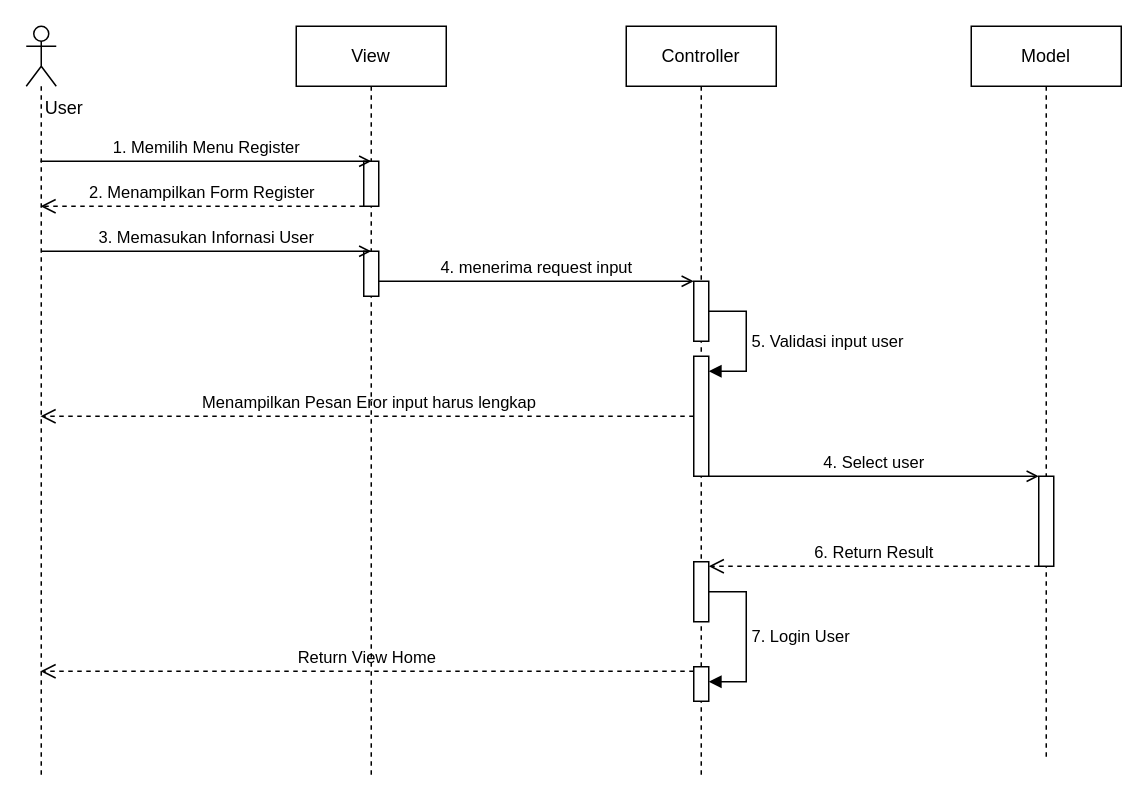
Above: page "Register_sequence" (2 of 8) of sequence.drawio in ThikerXCX/umltoko (draw.io), before the change. Source tidied: cells renumbered, new cells numbered last; positions are measured from the earlier drawing's top-left corner, leaving out a move shared by most shapes. Both pictures are drawn from the tidied source at 150%, with x=0, y=0 at pixel (26, 26).
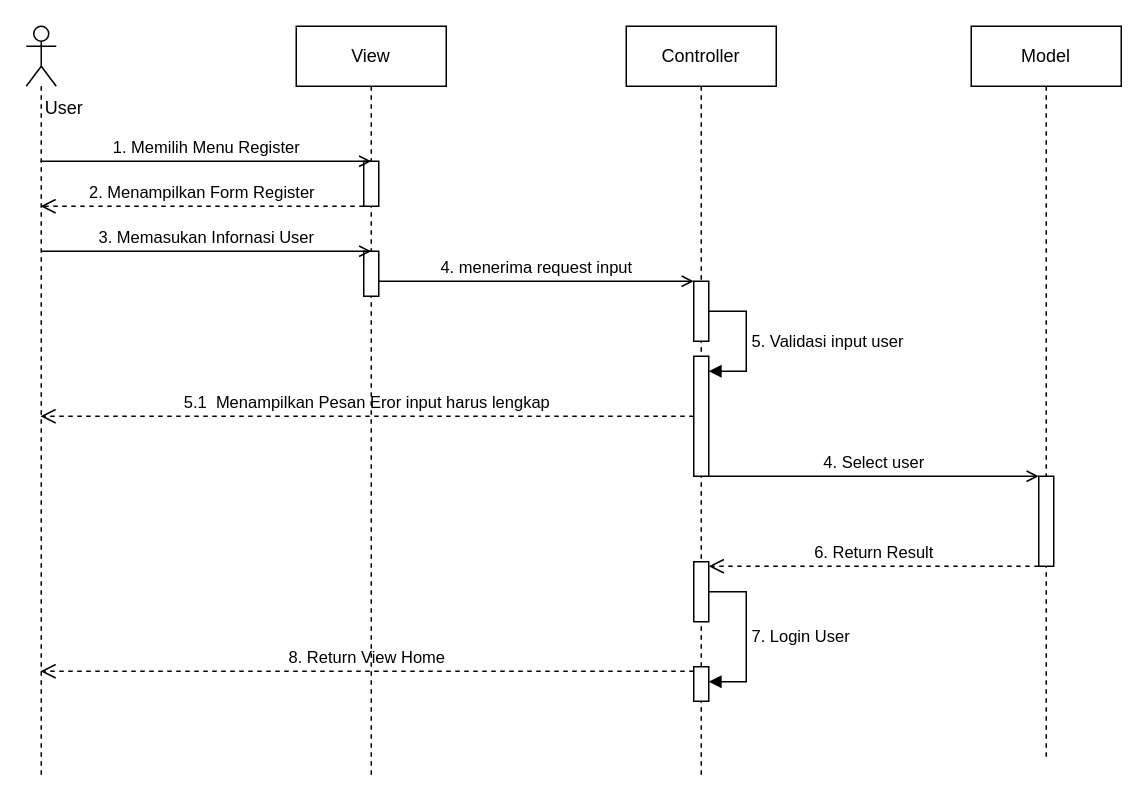
The same diagram, later.

The change refers to these unchanged cells:
```xml
<mxCell id="2" style="shape=umlLifeline;perimeter=lifelinePerimeter;whiteSpace=wrap;html=1;outlineConnect=0;portConstraint=eastwest;newEdgeStyle={&quot;edgeStyle&quot;:&quot;elbowEdgeStyle&quot;,&quot;elbow&quot;:&quot;vertical&quot;,&quot;curved&quot;:0,&quot;rounded&quot;:0};participant=umlActor;" parent="1" vertex="1">
  <mxGeometry width="20" height="500" as="geometry" />
</mxCell>
<mxCell id="10" style="html=1;points=[];perimeter=orthogonalPerimeter;outlineConnect=0;targetShapes=umlLifeline;portConstraint=eastwest;newEdgeStyle={&quot;edgeStyle&quot;:&quot;elbowEdgeStyle&quot;,&quot;elbow&quot;:&quot;vertical&quot;,&quot;curved&quot;:0,&quot;rounded&quot;:0};" parent="7" vertex="1">
  <mxGeometry x="45" y="220" width="10" height="80" as="geometry" />
</mxCell>
<mxCell id="13" style="html=1;points=[];perimeter=orthogonalPerimeter;outlineConnect=0;targetShapes=umlLifeline;portConstraint=eastwest;newEdgeStyle={&quot;edgeStyle&quot;:&quot;elbowEdgeStyle&quot;,&quot;elbow&quot;:&quot;vertical&quot;,&quot;curved&quot;:0,&quot;rounded&quot;:0};" parent="7" vertex="1">
  <mxGeometry x="45" y="427" width="10" height="23" as="geometry" />
</mxCell>
```

What changed in the source:
```diff
@@
-    <mxCell id="21" value="&amp;nbsp;Menampilkan Pesan Eror input harus lengkap" style="endArrow=open;startArrow=none;endFill=0;startFill=0;endSize=8;html=1;verticalAlign=bottom;dashed=1;labelBackgroundColor=none;rounded=0;" parent="1" edge="1" source="10" target="2">
+    <mxCell id="21" value="5.1&amp;nbsp; Menampilkan Pesan Eror input harus lengkap" style="endArrow=open;startArrow=none;endFill=0;startFill=0;endSize=8;html=1;verticalAlign=bottom;dashed=1;labelBackgroundColor=none;rounded=0;" parent="1" edge="1" source="10" target="2">
       <mxGeometry relative="1" as="geometry">
         <Array as="points">
           <mxPoint x="300" y="260" />
         </Array>
       </mxGeometry>
     </mxCell>
@@
-    <mxCell id="23" value="Return View Home" style="endArrow=open;startArrow=none;endFill=0;startFill=0;endSize=8;html=1;verticalAlign=bottom;dashed=1;labelBackgroundColor=none;rounded=0;" parent="1" edge="1" source="13" target="2">
+    <mxCell id="23" value="8. Return View Home" style="endArrow=open;startArrow=none;endFill=0;startFill=0;endSize=8;html=1;verticalAlign=bottom;dashed=1;labelBackgroundColor=none;rounded=0;" parent="1" edge="1" source="13" target="2">
       <mxGeometry relative="1" as="geometry">
         <Array as="points">
           <mxPoint x="302.5" y="430" />
         </Array>
       </mxGeometry>
     </mxCell>
```
